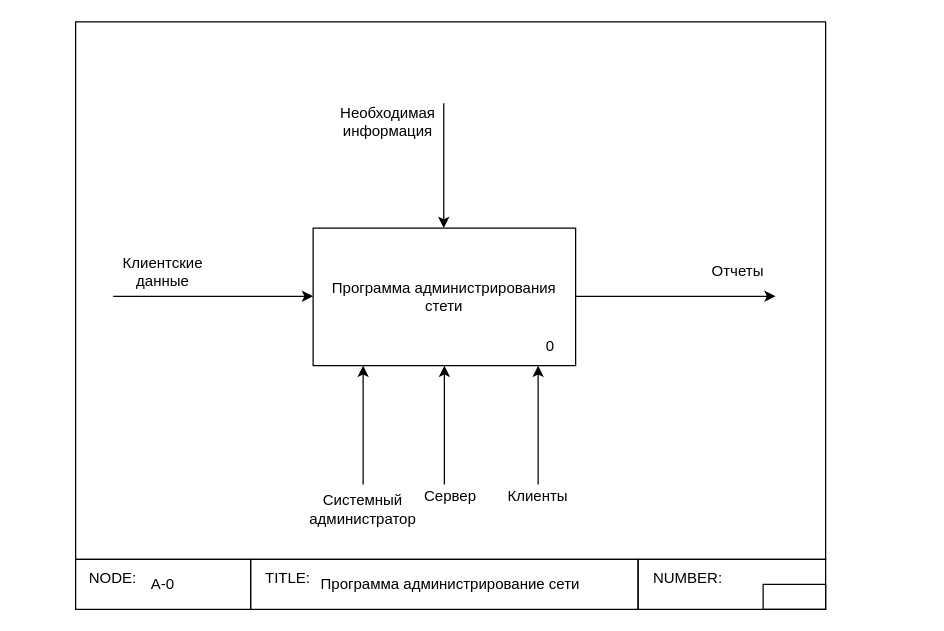
Above: Контекстная диаграмма "Программа администрирования сети".drawio in OhotnikovV/AvIS (draw.io), before the change. Source tidied: cells renumbered, new cells numbered last; positions are measured from the earlier drawing's top-left corner, leaving out a move shared by most shapes. Both pictures are drawn from the tidied source at 125%, with x=0, y=0 at pixel (75, 21).
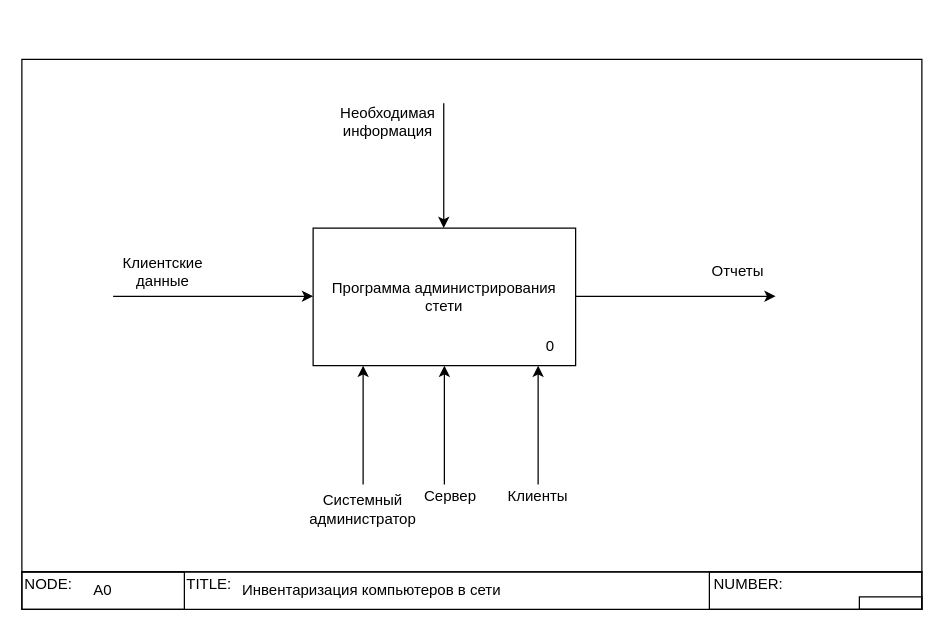
The same diagram, later.

Commit message:
Обновлена рамка

What changed in the source:
```diff
@@
-    <mxCell id="14" style="rounded=0;whiteSpace=wrap;html=1;shadow=0;fillColor=none;" parent="1" vertex="1">
-      <mxGeometry width="600" height="430" as="geometry" />
-    </mxCell>
-    <mxCell id="15" style="rounded=0;whiteSpace=wrap;html=1;shadow=0;fillColor=none;" parent="1" vertex="1">
-      <mxGeometry y="430" width="140" height="40" as="geometry" />
-    </mxCell>
-    <mxCell id="16" style="rounded=0;whiteSpace=wrap;html=1;shadow=0;fillColor=none;" parent="1" vertex="1">
-      <mxGeometry x="140" y="430" width="310" height="40" as="geometry" />
-    </mxCell>
-    <mxCell id="17" style="rounded=0;whiteSpace=wrap;html=1;shadow=0;fillColor=none;" parent="1" vertex="1">
-      <mxGeometry x="450" y="430" width="150" height="40" as="geometry" />
-    </mxCell>
-    <mxCell id="18" value="NODE:" style="text;html=1;strokeColor=none;fillColor=none;align=center;verticalAlign=middle;whiteSpace=wrap;rounded=0;shadow=0;" parent="1" vertex="1">
-      <mxGeometry x="10" y="435" width="40" height="20" as="geometry" />
-    </mxCell>
-    <mxCell id="19" value="A-0" style="text;html=1;strokeColor=none;fillColor=none;align=center;verticalAlign=middle;whiteSpace=wrap;rounded=0;shadow=0;" parent="1" vertex="1">
-      <mxGeometry x="50" y="440" width="40" height="20" as="geometry" />
-    </mxCell>
-    <mxCell id="20" value="TITLE:" style="text;html=1;strokeColor=none;fillColor=none;align=center;verticalAlign=middle;whiteSpace=wrap;rounded=0;shadow=0;" parent="1" vertex="1">
-      <mxGeometry x="150" y="435" width="40" height="20" as="geometry" />
-    </mxCell>
-    <mxCell id="21" value="Программа администрирование сети" style="text;html=1;strokeColor=none;fillColor=none;align=center;verticalAlign=middle;whiteSpace=wrap;rounded=0;shadow=0;" parent="1" vertex="1">
-      <mxGeometry x="190" y="440" width="220" height="20" as="geometry" />
-    </mxCell>
-    <mxCell id="22" value="NUMBER:" style="text;html=1;strokeColor=none;fillColor=none;align=center;verticalAlign=middle;whiteSpace=wrap;rounded=0;shadow=0;" parent="1" vertex="1">
-      <mxGeometry x="460" y="435" width="60" height="20" as="geometry" />
-    </mxCell>
-    <mxCell id="23" style="rounded=0;whiteSpace=wrap;html=1;shadow=0;fillColor=none;" parent="1" vertex="1">
-      <mxGeometry x="550" y="450" width="50" height="20" as="geometry" />
-    </mxCell>
@@
+    <mxCell id="26" style="rounded=0;whiteSpace=wrap;html=1;fillColor=none;" parent="1" vertex="1">
+      <mxGeometry x="-43" y="30" width="720" height="410" as="geometry" />
+    </mxCell>
+    <mxCell id="27" style="rounded=0;whiteSpace=wrap;html=1;fillColor=none;" parent="1" vertex="1">
+      <mxGeometry x="-43" y="440" width="720" height="30" as="geometry" />
+    </mxCell>
+    <mxCell id="28" style="rounded=0;whiteSpace=wrap;html=1;fillColor=none;" parent="1" vertex="1">
+      <mxGeometry x="507" y="440" width="170" height="30" as="geometry" />
+    </mxCell>
+    <mxCell id="29" style="rounded=0;whiteSpace=wrap;html=1;fillColor=none;" parent="1" vertex="1">
+      <mxGeometry x="-43" y="440" width="130" height="30" as="geometry" />
+    </mxCell>
+    <mxCell id="18" value="NODE:" style="text;html=1;strokeColor=none;fillColor=none;align=center;verticalAlign=middle;whiteSpace=wrap;rounded=0;" parent="1" vertex="1">
+      <mxGeometry x="-43" y="440" width="43" height="20" as="geometry" />
+    </mxCell>
+    <mxCell id="30" value="A0" style="text;html=1;strokeColor=none;fillColor=none;align=center;verticalAlign=middle;whiteSpace=wrap;rounded=0;" parent="1" vertex="1">
+      <mxGeometry x="2" y="445" width="40" height="20" as="geometry" />
+    </mxCell>
+    <mxCell id="20" value="TITLE:" style="text;html=1;strokeColor=none;fillColor=none;align=center;verticalAlign=middle;whiteSpace=wrap;rounded=0;" parent="1" vertex="1">
+      <mxGeometry x="87" y="440" width="40" height="20" as="geometry" />
+    </mxCell>
+    <mxCell id="22" value="NUMBER:" style="text;html=1;strokeColor=none;fillColor=none;align=center;verticalAlign=middle;whiteSpace=wrap;rounded=0;" parent="1" vertex="1">
+      <mxGeometry x="507" y="440" width="63" height="20" as="geometry" />
+    </mxCell>
+    <mxCell id="31" style="rounded=0;whiteSpace=wrap;html=1;fillColor=none;" parent="1" vertex="1">
+      <mxGeometry x="627" y="460" width="50" height="10" as="geometry" />
+    </mxCell>
+    <mxCell id="32" value="Инвентаризация компьютеров в сети" style="text;html=1;strokeColor=none;fillColor=none;align=center;verticalAlign=middle;whiteSpace=wrap;rounded=0;shadow=0;" parent="1" vertex="1">
+      <mxGeometry x="127" y="445" width="220" height="20" as="geometry" />
+    </mxCell>
```
